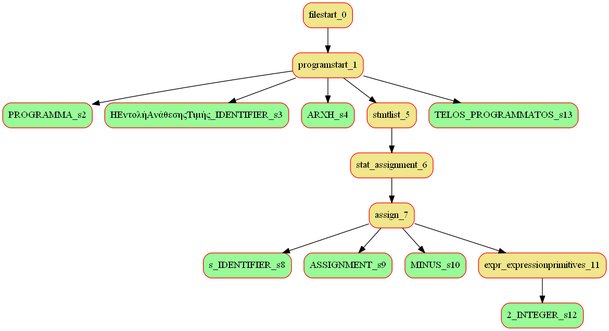
This is Glossa/bin/Debug/parsetree.png from nlabiris/GLOSSA-Parser, a Graphviz export, as it was before one commit. Its source is kept beside it as Glossa/bin/Debug/parsetree.dot.
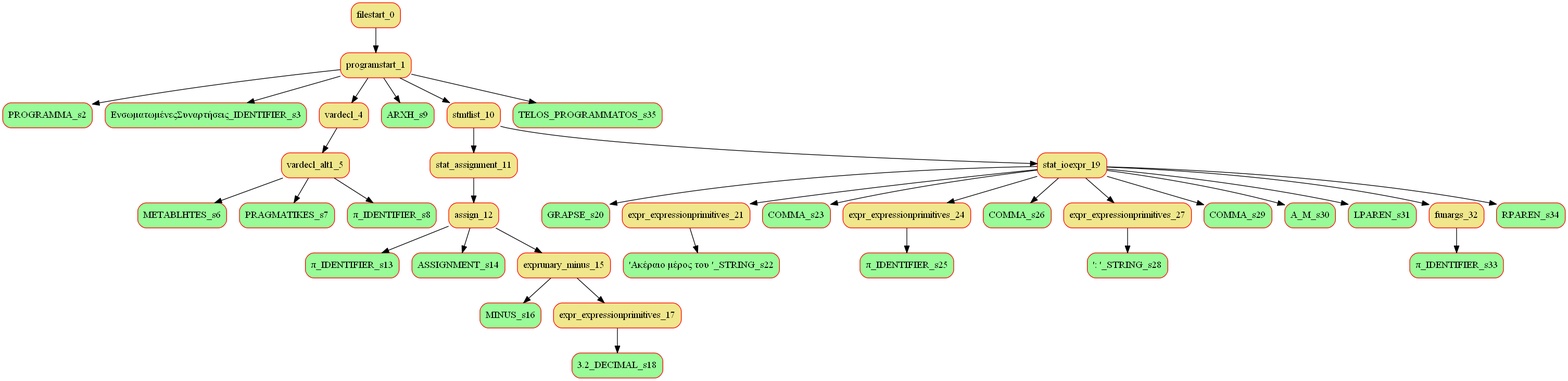
After the commit.

Change to the diagram source:
```diff
@@ -4,25 +4,69 @@
 node [fillcolor=palegreen];
 "programstart_1" -> "PROGRAMMA_s2";
 node [fillcolor=palegreen];
-"programstart_1" -> "ΗΕντολήΑνάθεσηςΤιμής_IDENTIFIER_s3";
+"programstart_1" -> "ΕνσωματωμένεςΣυναρτήσεις_IDENTIFIER_s3";
+node [shape=box, style="rounded,filled", color=red, fillcolor=khaki];
+"programstart_1" -> "vardecl_4";
+node [shape=box, style="rounded,filled", color=red, fillcolor=khaki];
+"vardecl_4" -> "vardecl_alt1_5";
 node [fillcolor=palegreen];
-"programstart_1" -> "ARXH_s4";
+"vardecl_alt1_5" -> "METABLHTES_s6";
+node [fillcolor=palegreen];
+"vardecl_alt1_5" -> "PRAGMATIKES_s7";
+node [fillcolor=palegreen];
+"vardecl_alt1_5" -> "π_IDENTIFIER_s8";
+node [fillcolor=palegreen];
+"programstart_1" -> "ARXH_s9";
 node [shape=box, style="rounded,filled", color=red, fillcolor=khaki];
-"programstart_1" -> "stmtlist_5";
+"programstart_1" -> "stmtlist_10";
 node [shape=box, style="rounded,filled", color=red, fillcolor=khaki];
-"stmtlist_5" -> "stat_assignment_6";
+"stmtlist_10" -> "stat_assignment_11";
 node [shape=box, style="rounded,filled", color=red, fillcolor=khaki];
-"stat_assignment_6" -> "assign_7";
+"stat_assignment_11" -> "assign_12";
 node [fillcolor=palegreen];
-"assign_7" -> "s_IDENTIFIER_s8";
+"assign_12" -> "π_IDENTIFIER_s13";
 node [fillcolor=palegreen];
-"assign_7" -> "ASSIGNMENT_s9";
+"assign_12" -> "ASSIGNMENT_s14";
+node [shape=box, style="rounded,filled", color=red, fillcolor=khaki];
+"assign_12" -> "exprunary_minus_15";
 node [fillcolor=palegreen];
-"assign_7" -> "MINUS_s10";
+"exprunary_minus_15" -> "MINUS_s16";
 node [shape=box, style="rounded,filled", color=red, fillcolor=khaki];
-"assign_7" -> "expr_expressionprimitives_11";
+"exprunary_minus_15" -> "expr_expressionprimitives_17";
 node [fillcolor=palegreen];
-"expr_expressionprimitives_11" -> "2_INTEGER_s12";
+"expr_expressionprimitives_17" -> "3.2_DECIMAL_s18";
+node [shape=box, style="rounded,filled", color=red, fillcolor=khaki];
+"stmtlist_10" -> "stat_ioexpr_19";
 node [fillcolor=palegreen];
-"programstart_1" -> "TELOS_PROGRAMMATOS_s13";
+"stat_ioexpr_19" -> "GRAPSE_s20";
+node [shape=box, style="rounded,filled", color=red, fillcolor=khaki];
+"stat_ioexpr_19" -> "expr_expressionprimitives_21";
+node [fillcolor=palegreen];
+"expr_expressionprimitives_21" -> "'Ακέραιο μέρος του '_STRING_s22";
+node [fillcolor=palegreen];
+"stat_ioexpr_19" -> "COMMA_s23";
+node [shape=box, style="rounded,filled", color=red, fillcolor=khaki];
+"stat_ioexpr_19" -> "expr_expressionprimitives_24";
+node [fillcolor=palegreen];
+"expr_expressionprimitives_24" -> "π_IDENTIFIER_s25";
+node [fillcolor=palegreen];
+"stat_ioexpr_19" -> "COMMA_s26";
+node [shape=box, style="rounded,filled", color=red, fillcolor=khaki];
+"stat_ioexpr_19" -> "expr_expressionprimitives_27";
+node [fillcolor=palegreen];
+"expr_expressionprimitives_27" -> "': '_STRING_s28";
+node [fillcolor=palegreen];
+"stat_ioexpr_19" -> "COMMA_s29";
+node [fillcolor=palegreen];
+"stat_ioexpr_19" -> "A_M_s30";
+node [fillcolor=palegreen];
+"stat_ioexpr_19" -> "LPAREN_s31";
+node [shape=box, style="rounded,filled", color=red, fillcolor=khaki];
+"stat_ioexpr_19" -> "funargs_32";
+node [fillcolor=palegreen];
+"funargs_32" -> "π_IDENTIFIER_s33";
+node [fillcolor=palegreen];
+"stat_ioexpr_19" -> "RPAREN_s34";
+node [fillcolor=palegreen];
+"programstart_1" -> "TELOS_PROGRAMMATOS_s35";
 }
```
